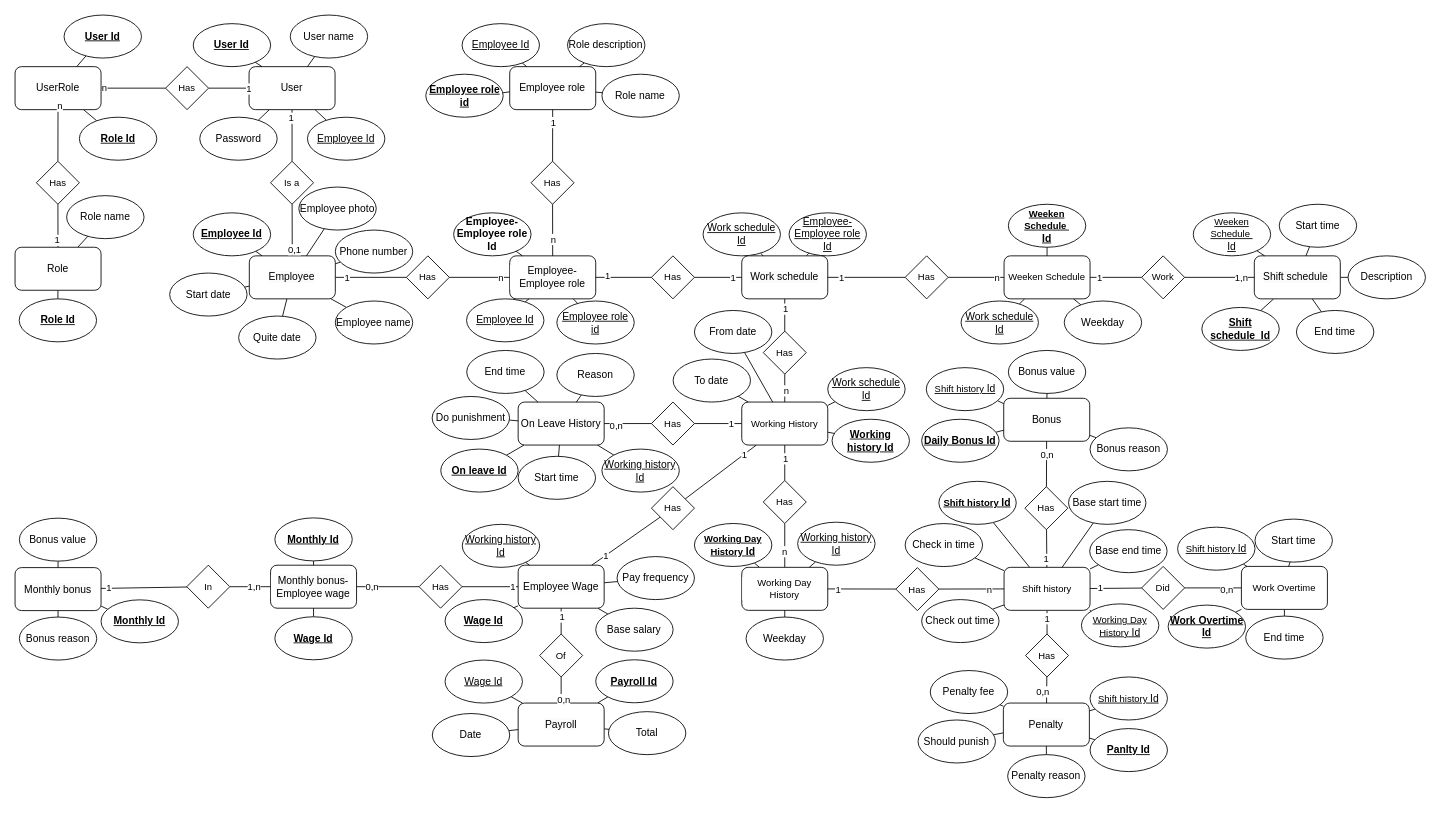
Before: Doc/ER.drawio in HoangDepTraiBoDoiThe/EmployeeManagement, a draw.io diagram. Source tidied: cells renumbered, new cells numbered last; positions are measured from the earlier drawing's top-left corner, leaving out a move shared by most shapes. Both pictures are drawn from the tidied source at 86%, with x=0, y=0 at pixel (15, 15).
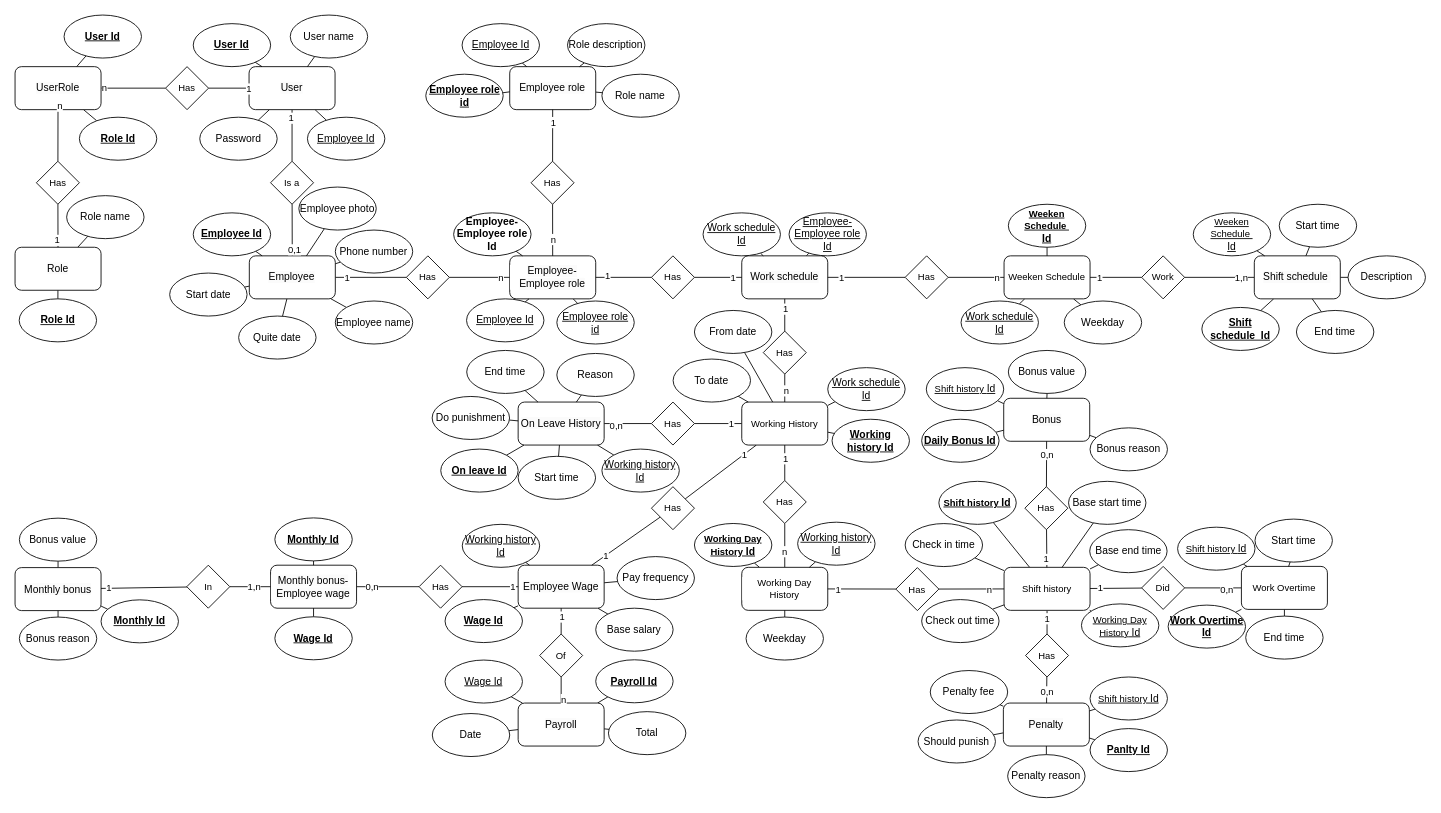
The same diagram, later.

The change refers to these unchanged cells:
```xml
<mxCell id="47" style="edgeStyle=none;shape=connector;rounded=0;jettySize=auto;html=1;strokeColor=default;align=center;verticalAlign=middle;fontFamily=Helvetica;fontSize=11;fontColor=default;labelBackgroundColor=default;endArrow=none;endFill=0;" parent="1" edge="1" source="84" target="22">
  <mxGeometry relative="1" as="geometry" />
</mxCell>
<mxCell id="137" style="edgeStyle=none;shape=connector;rounded=0;jettySize=auto;html=1;strokeColor=default;align=center;verticalAlign=middle;fontFamily=Helvetica;fontSize=11;fontColor=default;labelBackgroundColor=default;endArrow=none;endFill=0;" parent="1" edge="1" source="31" target="139">
  <mxGeometry relative="1" as="geometry" />
</mxCell>
```

Change to the diagram source:
```diff
@@
-    <mxCell id="48" value="0,n" style="edgeLabel;html=1;align=center;verticalAlign=middle;fontFamily=Helvetica;fontSize=11;fontColor=default;labelBackgroundColor=default;" parent="47" vertex="1">
+    <mxCell id="48" value="n" style="edgeLabel;html=1;align=center;verticalAlign=middle;fontFamily=Helvetica;fontSize=11;fontColor=default;labelBackgroundColor=default;" parent="47" vertex="1">
       <mxGeometry x="0.72" y="2" relative="1" as="geometry" />
     </mxCell>
@@
     <mxCell id="138" value="0,n" style="edgeLabel;html=1;align=center;verticalAlign=middle;fontFamily=Helvetica;fontSize=11;fontColor=default;labelBackgroundColor=default;" parent="137" vertex="1">
       <mxGeometry x="-0.88" y="1" relative="1" as="geometry">
-        <mxPoint x="-4" y="-11" as="offset" />
+        <mxPoint x="1" y="-11" as="offset" />
       </mxGeometry>
     </mxCell>
```
